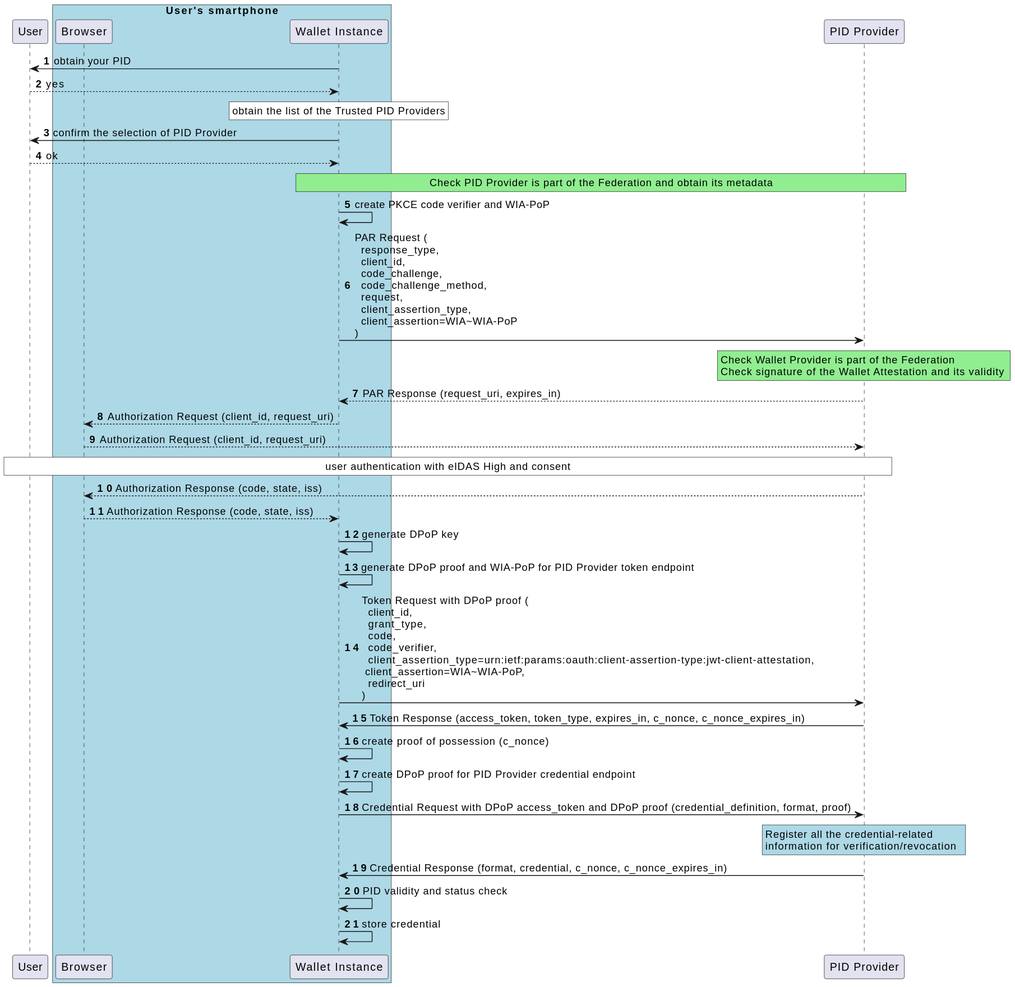
This is images/Low-Level-Flow-ITWallet-PID-QEAA-Issuance.svg from italia/eudi-wallet-it-docs, a PlantUML export, as it was before one commit.
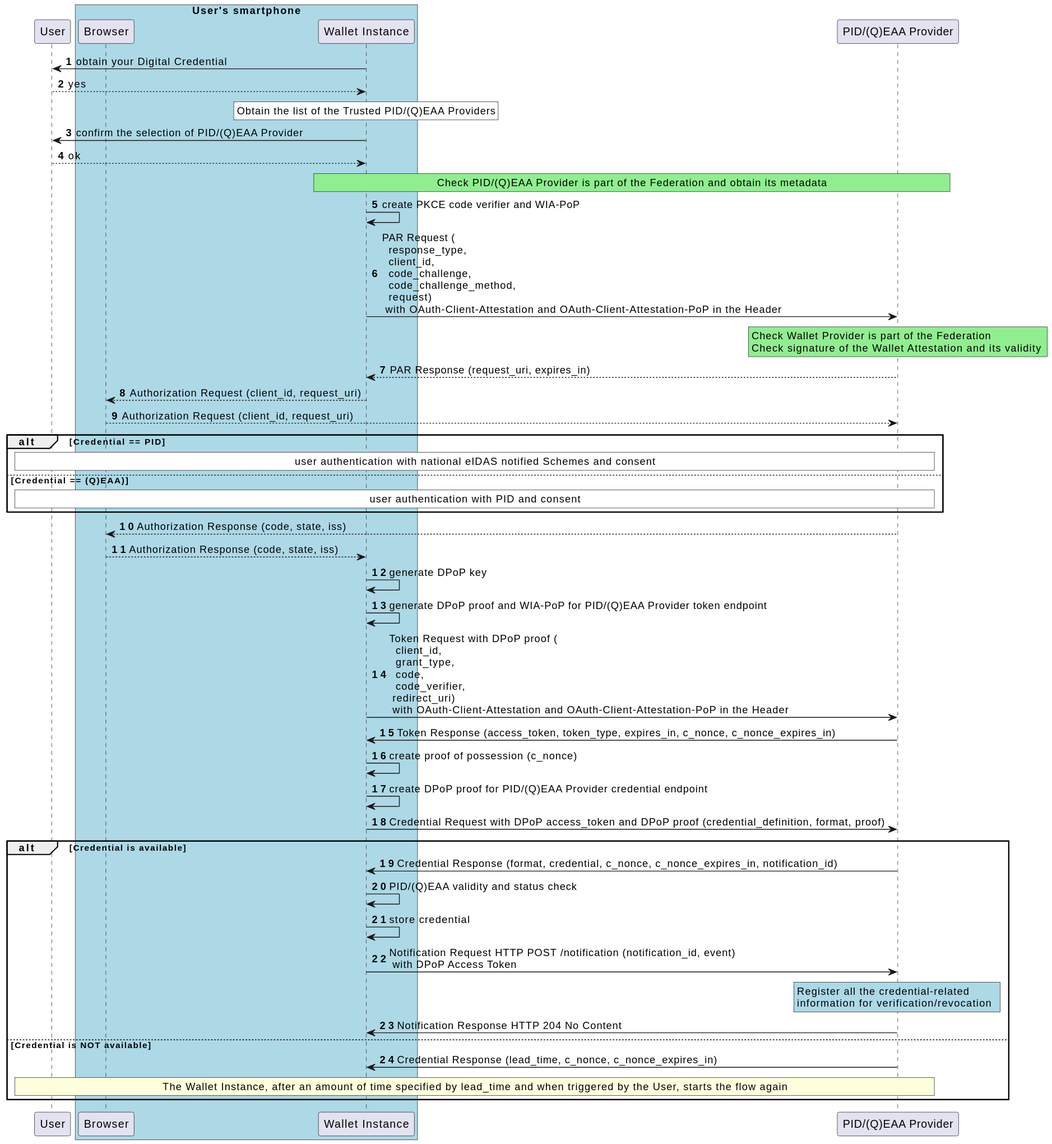
After the commit.

Diff of the diagram source:
```diff
@@ -8,28 +8,28 @@
 participant "Wallet Instance" as w
 end box
 
-participant "PID Provider" as i
+participant "PID/(Q)EAA Provider" as i
 
 
 
-w -> u: obtain your PID
+w -> u: obtain your Digital Credential
 u --> w: yes
 
 rnote over w #WHITE
-obtain the list of the Trusted PID Providers
+Obtain the list of the Trusted PID/(Q)EAA Providers
 endrnote
 
-w->u: confirm the selection of PID Provider
+w->u: confirm the selection of PID/(Q)EAA Provider
 
 u-->w: ok
 
 rnote over w,i #LIGHTGREEN
-Check PID Provider is part of the Federation and obtain its metadata
+Check PID/(Q)EAA Provider is part of the Federation and obtain its metadata
 endrnote
 
 w -> w : create PKCE code verifier and WIA-PoP
 
-w -> i : PAR Request (\n  response_type,\n  client_id,\n  code_challenge,\n  code_challenge_method,\n  request,\n  client_assertion_type,\n  client_assertion=WIA~WIA-PoP\n)
+w -> i : PAR Request (\n  response_type,\n  client_id,\n  code_challenge,\n  code_challenge_method,\n  request) \n with OAuth-Client-Attestation and OAuth-Client-Attestation-PoP in the Header
 rnote over i #LIGHTGREEN
 Check Wallet Provider is part of the Federation
 Check signature of the Wallet Attestation and its validity
@@ -42,37 +42,56 @@
 w --> ua: Authorization Request (client_id, request_uri)
 ua --> i: Authorization Request (client_id, request_uri)
 
-
+alt Credential == PID
 rnote over i,u #WHITE
-user authentication with eIDAS High and consent
+user authentication with national eIDAS notified Schemes and consent
 endrnote
-
+else Credential == (Q)EAA)
+rnote over i,u #WHITE
+user authentication with PID and consent
+endrnote
+end
 
 i --> ua : Authorization Response (code, state, iss)
 ua --> w : Authorization Response (code, state, iss)
 
 w -> w : generate DPoP key
 
-w -> w : generate DPoP proof and WIA-PoP for PID Provider token endpoint
+w -> w : generate DPoP proof and WIA-PoP for PID/(Q)EAA Provider token endpoint
 
 
-w -> i : Token Request with DPoP proof (\n  client_id,\n  grant_type,\n  code,\n  code_verifier,\n  client_assertion_type=urn:ietf:params:oauth:client-assertion-type:jwt-client-attestation,\n client_assertion=WIA~WIA-PoP,\n  redirect_uri\n)
+w -> i : Token Request with DPoP proof (\n  client_id,\n  grant_type,\n  code,\n  code_verifier,\n redirect_uri) \n with OAuth-Client-Attestation and OAuth-Client-Attestation-PoP in the Header
 
 i -> w : Token Response (access_token, token_type, expires_in, c_nonce, c_nonce_expires_in)
 
 w -> w : create proof of possession (c_nonce)
 
-w  -> w : create DPoP proof for PID Provider credential endpoint
+w  -> w : create DPoP proof for PID/(Q)EAA Provider credential endpoint
 
 w -> i : Credential Request with DPoP access_token and DPoP proof (credential_definition, format, proof)
+
+alt Credential is available
+
+
+i -> w : Credential Response (format, credential, c_nonce, c_nonce_expires_in, notification_id)
+
+w -> w : PID/(Q)EAA validity and status check
+
+w -> w : store credential
+
+w -> i : Notification Request HTTP POST /notification (notification_id, event) \n with DPoP Access Token
+
 rnote over i #LIGHTBLUE
 Register all the credential-related
 information for verification/revocation
 endrnote
 
-i -> w : Credential Response (format, credential, c_nonce, c_nonce_expires_in)
+i -> w : Notification Response HTTP 204 No Content
 
-w -> w : PID validity and status check
-
-w -> w : store credential
+else Credential is NOT available
+i -> w : Credential Response (lead_time, c_nonce, c_nonce_expires_in)
+rnote over u,i
+The Wallet Instance, after an amount of time specified by lead_time and when triggered by the User, starts the flow again
+endrnote
+end
 @enduml
```
